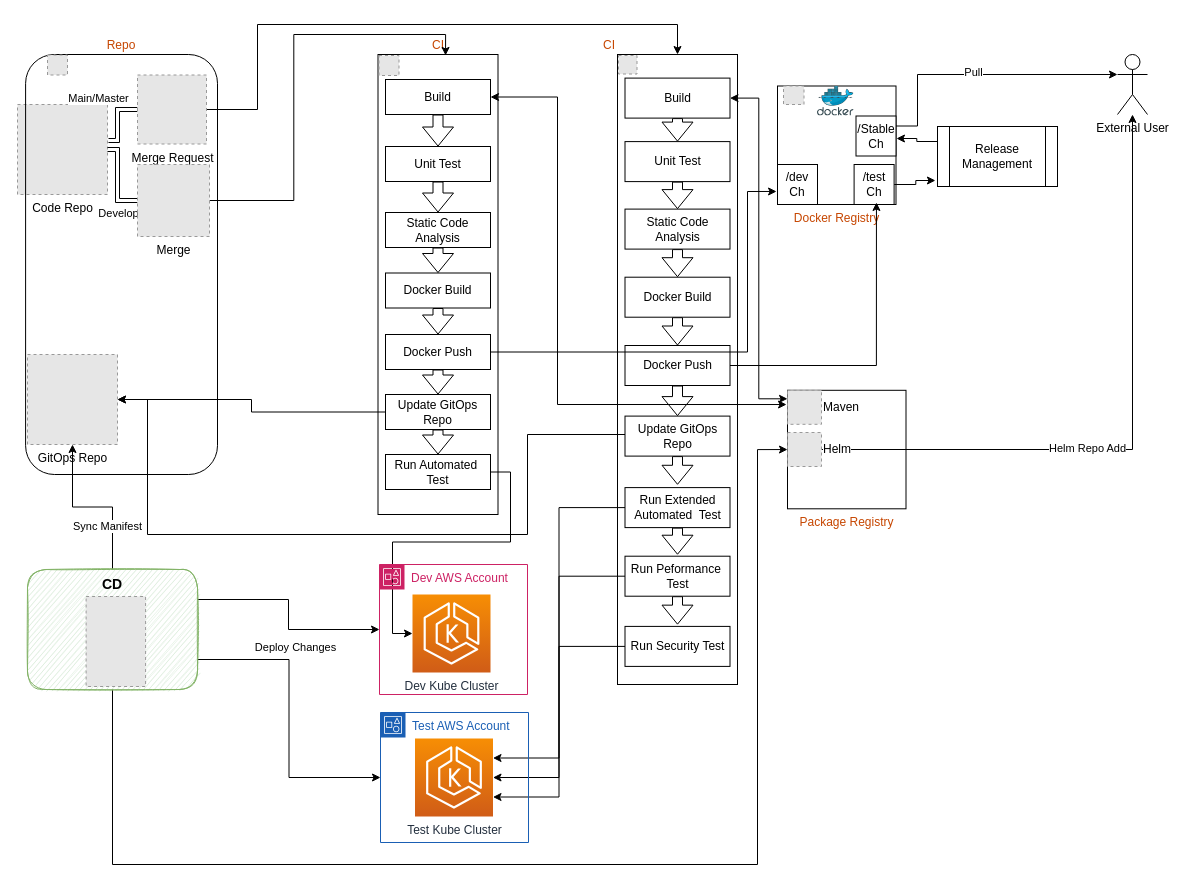
Earlier version of the draw.io diagram CICD Extended.drawio (RajithRajan/drawing). Source tidied: cells renumbered, new cells numbered last; positions are measured from the earlier drawing's top-left corner, leaving out a move shared by most shapes. Both pictures are drawn from the tidied source at 100%, with x=0, y=0 at pixel (17, 24). Pictures stored in the file or linked from it are replaced by grey dashed boxes.
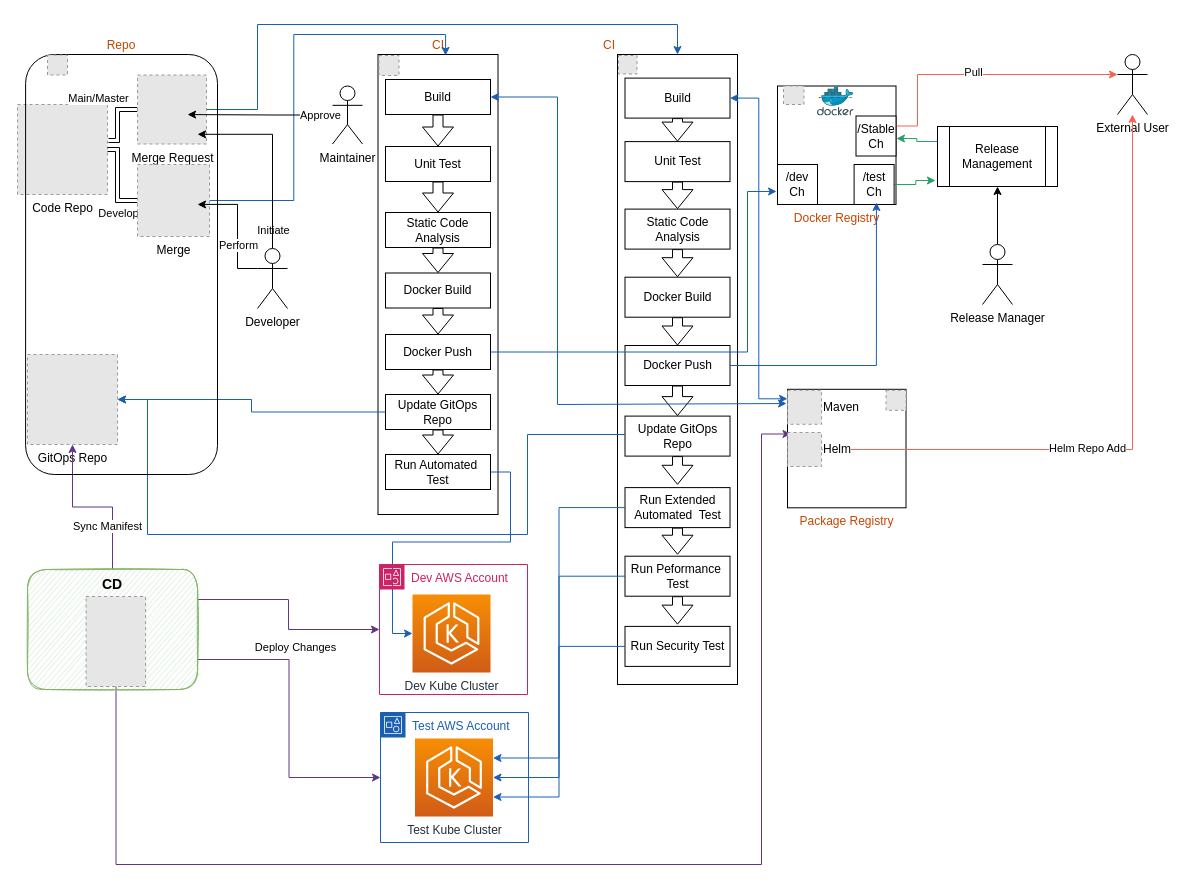
The same diagram, later.

The change refers to these unchanged cells:
```xml
<mxCell id="2" value="Docker Registry" style="whiteSpace=wrap;html=1;fillColor=none;horizontal=1;align=center;labelPosition=center;verticalLabelPosition=bottom;verticalAlign=top;fontColor=#c64600;" parent="1" vertex="1">
<mxCell id="5" value="&lt;font color=&quot;#c64600&quot;&gt;CI&lt;/font&gt;" style="rounded=0;whiteSpace=wrap;html=1;labelPosition=center;verticalLabelPosition=top;align=center;verticalAlign=bottom;" parent="4" vertex="1">
<mxCell id="7" value="Build" style="rounded=0;whiteSpace=wrap;html=1;" parent="4" vertex="1">
<mxCell id="15" value="Docker Push" style="rounded=0;whiteSpace=wrap;html=1;" parent="4" vertex="1">
<mxCell id="17" value="Update GitOps Repo" style="rounded=0;whiteSpace=wrap;html=1;" parent="4" vertex="1">
<mxCell id="18" value="Run Automated&amp;nbsp; Test" style="rounded=0;whiteSpace=wrap;html=1;" parent="4" vertex="1">
<mxCell id="21" value="CI" style="rounded=0;whiteSpace=wrap;html=1;labelPosition=left;verticalLabelPosition=top;align=right;verticalAlign=bottom;fontColor=#c64600;" parent="20" vertex="1">
<mxCell id="23" value="Build" style="rounded=0;whiteSpace=wrap;html=1;" parent="20" vertex="1">
<mxCell id="31" value="Docker Push" style="rounded=0;whiteSpace=wrap;html=1;" parent="20" vertex="1">
<mxCell id="33" value="Update GitOps Repo" style="rounded=0;whiteSpace=wrap;html=1;" parent="20" vertex="1">
<mxCell id="35" value="Run Extended Automated&amp;nbsp; Test" style="rounded=0;whiteSpace=wrap;html=1;" parent="20" vertex="1">
<mxCell id="37" value="Run Peformance&amp;nbsp; Test" style="rounded=0;whiteSpace=wrap;html=1;" parent="20" vertex="1">
<mxCell id="38" value="Run Security Test" style="rounded=0;whiteSpace=wrap;html=1;" parent="20" vertex="1">
<mxCell id="43" value="Merge Request" style="fillColor=#E6E6E6;strokeColor=#999999;dashed=1;html=1;verticalAlign=top;verticalLabelPosition=bottom;labelBackgroundColor=#ffffff;" parent="1" vertex="1">
<mxCell id="47" value="Merge" style="fillColor=#E6E6E6;strokeColor=#999999;dashed=1;html=1;verticalAlign=top;verticalLabelPosition=bottom;labelBackgroundColor=#ffffff;" parent="1" vertex="1">
<mxCell id="50" value="GitOps Repo" style="fillColor=#E6E6E6;strokeColor=#999999;dashed=1;html=1;verticalAlign=top;verticalLabelPosition=bottom;labelBackgroundColor=#ffffff;" parent="1" vertex="1">
<mxCell id="53" value="Dev Kube Cluster" style="sketch=0;points=[[0,0,0],[0.25,0,0],[0.5,0,0],[0.75,0,0],[1,0,0],[0,1,0],[0.25,1,0],[0.5,1,0],[0.75,1,0],[1,1,0],[0,0.25,0],[0,0.5,0],[0,0.75,0],[1,0.25,0],[1,0.5,0],[1,0.75,0]];outlineConnect=0;fontColor=#232F3E;gradientColor=#F78E04;gradientDirection=north;fillColor=#D05C17;strokeColor=#ffffff;dashed=0;verticalLabelPosition=bottom;verticalAlign=top;align=center;html=1;fontSize=12;fontStyle=0;shape=mxgraph.aws4.resourceIcon;resIcon=mxgraph.aws4.eks;" parent="1" vertex="1">
<mxCell id="54" value="Test Kube Cluster" style="sketch=0;points=[[0,0,0],[0.25,0,0],[0.5,0,0],[0.75,0,0],[1,0,0],[0,1,0],[0.25,1,0],[0.5,1,0],[0.75,1,0],[1,1,0],[0,0.25,0],[0,0.5,0],[0,0.75,0],[1,0.25,0],[1,0.5,0],[1,0.75,0]];outlineConnect=0;fontColor=#232F3E;gradientColor=#F78E04;gradientDirection=north;fillColor=#D05C17;strokeColor=#ffffff;dashed=0;verticalLabelPosition=bottom;verticalAlign=top;align=center;html=1;fontSize=12;fontStyle=0;shape=mxgraph.aws4.resourceIcon;resIcon=mxgraph.aws4.eks;" parent="1" vertex="1">
<mxCell id="61" value="/test&lt;br&gt;Ch" style="whiteSpace=wrap;html=1;" parent="1" vertex="1">
<mxCell id="64" value="/Stable&lt;br&gt;Ch" style="whiteSpace=wrap;html=1;" parent="1" vertex="1">
<mxCell id="68" value="Release Management" style="shape=process;whiteSpace=wrap;html=1;backgroundOutline=1;" parent="1" vertex="1">
<mxCell id="69" value="External User" style="shape=umlActor;verticalLabelPosition=bottom;verticalAlign=top;html=1;outlineConnect=0;" parent="1" vertex="1">
<mxCell id="70" value="&lt;div&gt;Dev AWS Account&lt;/div&gt;" style="points=[[0,0],[0.25,0],[0.5,0],[0.75,0],[1,0],[1,0.25],[1,0.5],[1,0.75],[1,1],[0.75,1],[0.5,1],[0.25,1],[0,1],[0,0.75],[0,0.5],[0,0.25]];outlineConnect=0;gradientColor=none;html=1;whiteSpace=wrap;fontSize=12;fontStyle=0;shape=mxgraph.aws4.group;grIcon=mxgraph.aws4.group_account;strokeColor=#CD2264;fillColor=none;verticalAlign=top;align=left;spacingLeft=30;fontColor=#CD2264;dashed=0;" parent="1" vertex="1">
<mxCell id="71" value="&lt;div&gt;Test AWS Account&lt;/div&gt;" style="points=[[0,0],[0.25,0],[0.5,0],[0.75,0],[1,0],[1,0.25],[1,0.5],[1,0.75],[1,1],[0.75,1],[0.5,1],[0.25,1],[0,1],[0,0.75],[0,0.5],[0,0.25]];outlineConnect=0;gradientColor=none;html=1;whiteSpace=wrap;fontSize=12;fontStyle=0;shape=mxgraph.aws4.group;grIcon=mxgraph.aws4.group_account;strokeColor=#1a5fb4;fillColor=none;verticalAlign=top;align=left;spacingLeft=30;fontColor=#1a5fb4;dashed=0;" parent="1" vertex="1">
<mxCell id="78" value="&lt;div style=&quot;&quot;&gt;&lt;span style=&quot;font-size: 14px;&quot;&gt;&lt;b&gt;CD&lt;/b&gt;&lt;/span&gt;&lt;/div&gt;" style="rounded=1;whiteSpace=wrap;html=1;fillColor=#d5e8d4;strokeColor=#82b366;sketch=1;align=center;verticalAlign=top;" parent="1" vertex="1">
<mxCell id="80" value="&lt;font color=&quot;#c64600&quot;&gt;Repo&lt;/font&gt;" style="rounded=1;whiteSpace=wrap;html=1;fillColor=none;labelPosition=center;verticalLabelPosition=top;align=center;verticalAlign=bottom;" parent="1" vertex="1">
<mxCell id="83" value="Maven" style="fillColor=#E6E6E6;strokeColor=#999999;dashed=1;html=1;verticalAlign=middle;verticalLabelPosition=middle;labelBackgroundColor=#ffffff;labelPosition=right;align=left;" parent="1" vertex="1">
<mxCell id="88" value="Helm" style="fillColor=#E6E6E6;strokeColor=#999999;dashed=1;html=1;verticalAlign=middle;verticalLabelPosition=middle;labelBackgroundColor=#ffffff;labelPosition=right;align=left;" parent="1" vertex="1">
```

The edit, as a diff of the source:
```diff
@@
-    <mxCell id="42" style="edgeStyle=orthogonalEdgeStyle;rounded=0;jettySize=auto;html=1;entryX=0.5;entryY=0;entryDx=0;entryDy=0;" parent="1" edge="1" source="43" target="21">
+    <mxCell id="42" style="edgeStyle=orthogonalEdgeStyle;rounded=0;jettySize=auto;html=1;entryX=0.5;entryY=0;entryDx=0;entryDy=0;strokeColor=#1a5fb4;" parent="1" edge="1" source="43" target="21">
       <mxGeometry relative="1" as="geometry">
         <Array as="points">
           <mxPoint x="240" y="85" />
           <mxPoint x="240" />
           <mxPoint x="660" />
         </Array>
       </mxGeometry>
     </mxCell>
@@
-    <mxCell id="46" style="edgeStyle=orthogonalEdgeStyle;rounded=0;jettySize=auto;html=1;exitX=1;exitY=0.5;exitDx=0;exitDy=0;entryX=0.563;entryY=0.002;entryDx=0;entryDy=0;entryPerimeter=0;" parent="1" edge="1" source="47" target="5">
+    <mxCell id="46" style="edgeStyle=orthogonalEdgeStyle;rounded=0;jettySize=auto;html=1;exitX=1;exitY=0.5;exitDx=0;exitDy=0;entryX=0.563;entryY=0.002;entryDx=0;entryDy=0;entryPerimeter=0;strokeColor=#1a5fb4;" parent="1" edge="1" source="47" target="5">
       <mxGeometry relative="1" as="geometry" />
     </mxCell>
@@
-    <mxCell id="51" style="edgeStyle=orthogonalEdgeStyle;rounded=0;jettySize=auto;html=1;exitX=0;exitY=0.5;exitDx=0;exitDy=0;" parent="1" edge="1" source="17" target="50">
+    <mxCell id="51" style="edgeStyle=orthogonalEdgeStyle;rounded=0;jettySize=auto;html=1;exitX=0;exitY=0.5;exitDx=0;exitDy=0;strokeColor=#1a5fb4;" parent="1" edge="1" source="17" target="50">
       <mxGeometry relative="1" as="geometry" />
     </mxCell>
-    <mxCell id="52" style="edgeStyle=orthogonalEdgeStyle;rounded=0;jettySize=auto;html=1;entryX=1;entryY=0.5;entryDx=0;entryDy=0;" parent="1" edge="1" source="33" target="50">
+    <mxCell id="52" style="edgeStyle=orthogonalEdgeStyle;rounded=0;jettySize=auto;html=1;entryX=1;entryY=0.5;entryDx=0;entryDy=0;strokeColor=#1a5fb4;" parent="1" edge="1" source="33" target="50">
       <mxGeometry relative="1" as="geometry">
         <Array as="points">
           <mxPoint x="510" y="410" />
           <mxPoint x="510" y="510" />
           <mxPoint x="130" y="510" />
           <mxPoint x="130" y="375" />
         </Array>
       </mxGeometry>
     </mxCell>
@@
-    <mxCell id="55" style="edgeStyle=orthogonalEdgeStyle;rounded=0;jettySize=auto;html=1;exitX=1;exitY=0.5;exitDx=0;exitDy=0;entryX=0;entryY=0.5;entryDx=0;entryDy=0;entryPerimeter=0;" parent="1" edge="1" source="18" target="53">
+    <mxCell id="55" style="edgeStyle=orthogonalEdgeStyle;rounded=0;jettySize=auto;html=1;exitX=1;exitY=0.5;exitDx=0;exitDy=0;entryX=0;entryY=0.5;entryDx=0;entryDy=0;entryPerimeter=0;strokeColor=#1a5fb4;" parent="1" edge="1" source="18" target="53">
       <mxGeometry relative="1" as="geometry" />
     </mxCell>
-    <mxCell id="56" style="edgeStyle=orthogonalEdgeStyle;rounded=0;jettySize=auto;html=1;entryX=1;entryY=0.25;entryDx=0;entryDy=0;entryPerimeter=0;" parent="1" edge="1" source="35" target="54">
+    <mxCell id="56" style="edgeStyle=orthogonalEdgeStyle;rounded=0;jettySize=auto;html=1;entryX=1;entryY=0.25;entryDx=0;entryDy=0;entryPerimeter=0;strokeColor=#1a5fb4;" parent="1" edge="1" source="35" target="54">
       <mxGeometry relative="1" as="geometry" />
     </mxCell>
-    <mxCell id="57" style="edgeStyle=orthogonalEdgeStyle;rounded=0;jettySize=auto;html=1;entryX=1;entryY=0.5;entryDx=0;entryDy=0;entryPerimeter=0;" parent="1" edge="1" source="37" target="54">
+    <mxCell id="57" style="edgeStyle=orthogonalEdgeStyle;rounded=0;jettySize=auto;html=1;entryX=1;entryY=0.5;entryDx=0;entryDy=0;entryPerimeter=0;strokeColor=#1a5fb4;" parent="1" edge="1" source="37" target="54">
       <mxGeometry relative="1" as="geometry" />
     </mxCell>
-    <mxCell id="58" style="edgeStyle=orthogonalEdgeStyle;rounded=0;jettySize=auto;html=1;exitX=0;exitY=0.5;exitDx=0;exitDy=0;entryX=1;entryY=0.75;entryDx=0;entryDy=0;entryPerimeter=0;" parent="1" edge="1" source="38" target="54">
+    <mxCell id="58" style="edgeStyle=orthogonalEdgeStyle;rounded=0;jettySize=auto;html=1;exitX=0;exitY=0.5;exitDx=0;exitDy=0;entryX=1;entryY=0.75;entryDx=0;entryDy=0;entryPerimeter=0;strokeColor=#1a5fb4;" parent="1" edge="1" source="38" target="54">
       <mxGeometry relative="1" as="geometry" />
     </mxCell>
@@
-    <mxCell id="60" style="edgeStyle=orthogonalEdgeStyle;rounded=0;jettySize=auto;html=1;exitX=1;exitY=0.5;exitDx=0;exitDy=0;entryX=-0.017;entryY=0.9;entryDx=0;entryDy=0;entryPerimeter=0;" parent="1" edge="1" source="61" target="68">
+    <mxCell id="60" style="edgeStyle=orthogonalEdgeStyle;rounded=0;jettySize=auto;html=1;exitX=1;exitY=0.5;exitDx=0;exitDy=0;entryX=-0.017;entryY=0.9;entryDx=0;entryDy=0;entryPerimeter=0;strokeColor=#26a269;" parent="1" edge="1" source="61" target="68">
       <mxGeometry relative="1" as="geometry" />
     </mxCell>
@@
-    <mxCell id="62" style="edgeStyle=orthogonalEdgeStyle;rounded=0;jettySize=auto;html=1;exitX=1;exitY=0.25;exitDx=0;exitDy=0;entryX=0;entryY=0.3333333333333333;entryDx=0;entryDy=0;entryPerimeter=0;" parent="1" edge="1" source="64" target="69">
+    <mxCell id="62" style="edgeStyle=orthogonalEdgeStyle;rounded=0;jettySize=auto;html=1;exitX=1;exitY=0.25;exitDx=0;exitDy=0;entryX=0;entryY=0.3333333333333333;entryDx=0;entryDy=0;entryPerimeter=0;strokeColor=#f66151;" parent="1" edge="1" source="64" target="69">
       <mxGeometry relative="1" as="geometry">
         <Array as="points">
           <mxPoint x="900" y="102" />
           <mxPoint x="900" y="50" />
         </Array>
       </mxGeometry>
     </mxCell>
@@
-    <mxCell id="65" style="edgeStyle=orthogonalEdgeStyle;rounded=0;jettySize=auto;html=1;exitX=1;exitY=0.5;exitDx=0;exitDy=0;entryX=-0.008;entryY=0.89;entryDx=0;entryDy=0;entryPerimeter=0;" parent="1" edge="1" source="15" target="2">
+    <mxCell id="65" style="edgeStyle=orthogonalEdgeStyle;rounded=0;jettySize=auto;html=1;exitX=1;exitY=0.5;exitDx=0;exitDy=0;entryX=-0.008;entryY=0.89;entryDx=0;entryDy=0;entryPerimeter=0;strokeColor=#1a5fb4;" parent="1" edge="1" source="15" target="2">
       <mxGeometry relative="1" as="geometry">
         <Array as="points">
           <mxPoint x="730" y="328" />
           <mxPoint x="730" y="167" />
         </Array>
       </mxGeometry>
     </mxCell>
-    <mxCell id="66" style="edgeStyle=orthogonalEdgeStyle;rounded=0;jettySize=auto;html=1;exitX=1;exitY=0.5;exitDx=0;exitDy=0;entryX=0.835;entryY=0.983;entryDx=0;entryDy=0;entryPerimeter=0;" parent="1" edge="1" source="31" target="2">
+    <mxCell id="66" style="edgeStyle=orthogonalEdgeStyle;rounded=0;jettySize=auto;html=1;exitX=1;exitY=0.5;exitDx=0;exitDy=0;entryX=0.835;entryY=0.983;entryDx=0;entryDy=0;entryPerimeter=0;strokeColor=#1a5fb4;" parent="1" edge="1" source="31" target="2">
       <mxGeometry relative="1" as="geometry" />
     </mxCell>
-    <mxCell id="67" style="edgeStyle=orthogonalEdgeStyle;rounded=0;jettySize=auto;html=1;exitX=0;exitY=0.25;exitDx=0;exitDy=0;entryX=1.004;entryY=0.443;entryDx=0;entryDy=0;entryPerimeter=0;" parent="1" edge="1" source="68" target="2">
+    <mxCell id="67" style="edgeStyle=orthogonalEdgeStyle;rounded=0;jettySize=auto;html=1;exitX=0;exitY=0.25;exitDx=0;exitDy=0;entryX=1.004;entryY=0.443;entryDx=0;entryDy=0;entryPerimeter=0;strokeColor=#26a269;" parent="1" edge="1" source="68" target="2">
       <mxGeometry relative="1" as="geometry" />
     </mxCell>
@@
-    <mxCell id="72" style="edgeStyle=orthogonalEdgeStyle;rounded=0;jettySize=auto;html=1;entryX=0.5;entryY=1;entryDx=0;entryDy=0;" parent="1" edge="1" source="78" target="50">
+    <mxCell id="72" style="edgeStyle=orthogonalEdgeStyle;rounded=0;jettySize=auto;html=1;entryX=0.5;entryY=1;entryDx=0;entryDy=0;strokeColor=#613583;" parent="1" edge="1" source="78" target="50">
       <mxGeometry relative="1" as="geometry" />
     </mxCell>
@@
-    <mxCell id="74" style="edgeStyle=orthogonalEdgeStyle;rounded=0;jettySize=auto;html=1;exitX=1;exitY=0.25;exitDx=0;exitDy=0;" parent="1" edge="1" source="78" target="70">
+    <mxCell id="74" style="edgeStyle=orthogonalEdgeStyle;rounded=0;jettySize=auto;html=1;exitX=1;exitY=0.25;exitDx=0;exitDy=0;strokeColor=#613583;" parent="1" edge="1" source="78" target="70">
       <mxGeometry relative="1" as="geometry" />
     </mxCell>
@@
-    <mxCell id="76" style="edgeStyle=orthogonalEdgeStyle;rounded=0;jettySize=auto;html=1;exitX=1;exitY=0.75;exitDx=0;exitDy=0;entryX=0;entryY=0.5;entryDx=0;entryDy=0;" parent="1" edge="1" source="78" target="71">
+    <mxCell id="76" style="edgeStyle=orthogonalEdgeStyle;rounded=0;jettySize=auto;html=1;exitX=1;exitY=0.75;exitDx=0;exitDy=0;entryX=0;entryY=0.5;entryDx=0;entryDy=0;strokeColor=#613583;" parent="1" edge="1" source="78" target="71">
       <mxGeometry relative="1" as="geometry" />
     </mxCell>
-    <mxCell id="77" style="edgeStyle=orthogonalEdgeStyle;rounded=0;jettySize=auto;html=1;exitX=0.5;exitY=1;exitDx=0;exitDy=0;entryX=0;entryY=0.5;entryDx=0;entryDy=0;" parent="1" edge="1" source="78" target="82">
+    <mxCell id="77" style="edgeStyle=orthogonalEdgeStyle;rounded=0;orthogonalLoop=1;jettySize=auto;html=1;exitX=0.5;exitY=1;exitDx=0;exitDy=0;entryX=0;entryY=0.5;entryDx=0;entryDy=0;strokeColor=#613583;" parent="1" edge="1">
       <mxGeometry relative="1" as="geometry">
+        <mxPoint x="98.5" y="649.5" as="sourcePoint" />
+        <mxPoint x="773.5" y="409.5" as="targetPoint" />
         <Array as="points">
-          <mxPoint x="95" y="840" />
-          <mxPoint x="740" y="840" />
-          <mxPoint x="740" y="425" />
+          <mxPoint x="99" y="840" />
+          <mxPoint x="744" y="840" />
+          <mxPoint x="744" y="410" />
         </Array>
       </mxGeometry>
     </mxCell>
@@
     <mxCell id="82" value="Package Registry" style="whiteSpace=wrap;html=1;fillColor=none;horizontal=1;align=center;labelPosition=center;verticalLabelPosition=bottom;verticalAlign=top;fontColor=#c64600;" parent="1" vertex="1">
-      <mxGeometry x="770" y="365.8" width="118.5" height="118.5" as="geometry" />
+      <mxGeometry x="770" y="364.8" width="118.5" height="118.5" as="geometry" />
     </mxCell>
@@
-    <mxCell id="84" style="edgeStyle=orthogonalEdgeStyle;rounded=0;jettySize=auto;html=1;exitX=1;exitY=0.5;exitDx=0;exitDy=0;entryX=-0.008;entryY=0.12;entryDx=0;entryDy=0;entryPerimeter=0;startArrow=classic;startFill=1;" parent="1" edge="1" source="7" target="82">
+    <mxCell id="84" style="edgeStyle=orthogonalEdgeStyle;rounded=0;jettySize=auto;html=1;exitX=1;exitY=0.5;exitDx=0;exitDy=0;entryX=-0.008;entryY=0.12;entryDx=0;entryDy=0;entryPerimeter=0;startArrow=classic;startFill=1;strokeColor=#1a5fb4;" parent="1" edge="1" source="7" target="82">
       <mxGeometry relative="1" as="geometry">
         <Array as="points">
           <mxPoint x="540" y="73" />
           <mxPoint x="540" y="380" />
         </Array>
       </mxGeometry>
     </mxCell>
-    <mxCell id="85" style="edgeStyle=orthogonalEdgeStyle;rounded=0;jettySize=auto;html=1;exitX=1;exitY=0.5;exitDx=0;exitDy=0;entryX=0;entryY=0.25;entryDx=0;entryDy=0;startArrow=classic;startFill=1;" parent="1" edge="1" source="23" target="83">
+    <mxCell id="85" style="edgeStyle=orthogonalEdgeStyle;rounded=0;jettySize=auto;html=1;exitX=1;exitY=0.5;exitDx=0;exitDy=0;entryX=0;entryY=0.25;entryDx=0;entryDy=0;startArrow=classic;startFill=1;strokeColor=#1a5fb4;" parent="1" edge="1" source="23" target="83">
       <mxGeometry relative="1" as="geometry" />
     </mxCell>
-    <mxCell id="86" style="edgeStyle=orthogonalEdgeStyle;rounded=0;jettySize=auto;html=1;exitX=1;exitY=0.5;exitDx=0;exitDy=0;" parent="1" edge="1" source="88" target="69">
+    <mxCell id="86" style="edgeStyle=orthogonalEdgeStyle;rounded=0;jettySize=auto;html=1;exitX=1;exitY=0.5;exitDx=0;exitDy=0;strokeColor=#f66151;" parent="1" edge="1" source="88" target="69">
       <mxGeometry relative="1" as="geometry" />
     </mxCell>
@@
+    <mxCell id="89" style="fillColor=#E6E6E6;strokeColor=#999999;dashed=1;html=1;verticalAlign=top;verticalLabelPosition=bottom;labelBackgroundColor=#ffffff;" parent="1" vertex="1">
+      <mxGeometry x="868.5" y="365.8" width="20" height="20" as="geometry" />
+    </mxCell>
+    <mxCell id="90" style="edgeStyle=orthogonalEdgeStyle;rounded=0;jettySize=auto;html=1;entryX=0.5;entryY=1;entryDx=0;entryDy=0;" parent="1" edge="1" source="91" target="68">
+      <mxGeometry relative="1" as="geometry" />
+    </mxCell>
+    <mxCell id="91" value="Release Manager" style="shape=umlActor;verticalLabelPosition=bottom;verticalAlign=top;html=1;" parent="1" vertex="1">
+      <mxGeometry x="965" y="220" width="30" height="60" as="geometry" />
+    </mxCell>
+    <mxCell id="92" style="edgeStyle=orthogonalEdgeStyle;rounded=0;jettySize=auto;html=1;exitX=0;exitY=0.3333333333333333;exitDx=0;exitDy=0;exitPerimeter=0;entryX=0.896;entryY=0.357;entryDx=0;entryDy=0;entryPerimeter=0;" parent="1" edge="1" source="96" target="80">
+      <mxGeometry relative="1" as="geometry" />
+    </mxCell>
+    <mxCell id="93" value="Initiate" style="edgeLabel;html=1;align=center;verticalAlign=middle;" parent="92" vertex="1">
+      <mxGeometry x="-0.08" relative="1" as="geometry">
+        <mxPoint x="35" y="-2" as="offset" />
+      </mxGeometry>
+    </mxCell>
+    <mxCell id="94" value="Perform" style="edgeLabel;html=1;align=center;verticalAlign=middle;" parent="92" vertex="1">
+      <mxGeometry x="-0.29" y="3" relative="1" as="geometry">
+        <mxPoint x="3" as="offset" />
+      </mxGeometry>
+    </mxCell>
+    <mxCell id="95" style="edgeStyle=orthogonalEdgeStyle;rounded=0;jettySize=auto;html=1;exitX=0.5;exitY=0;exitDx=0;exitDy=0;exitPerimeter=0;entryX=0.896;entryY=0.19;entryDx=0;entryDy=0;entryPerimeter=0;" parent="1" edge="1" source="96" target="80">
+      <mxGeometry relative="1" as="geometry" />
+    </mxCell>
+    <mxCell id="96" value="Developer" style="shape=umlActor;verticalLabelPosition=bottom;verticalAlign=top;html=1;" parent="1" vertex="1">
+      <mxGeometry x="240" y="224" width="30" height="60" as="geometry" />
+    </mxCell>
+    <mxCell id="97" style="edgeStyle=orthogonalEdgeStyle;rounded=0;jettySize=auto;html=1;entryX=0.844;entryY=0.143;entryDx=0;entryDy=0;entryPerimeter=0;" parent="1" edge="1" source="99" target="80">
+      <mxGeometry relative="1" as="geometry" />
+    </mxCell>
+    <mxCell id="98" value="Approve" style="edgeLabel;html=1;align=center;verticalAlign=middle;" parent="97" vertex="1">
+      <mxGeometry x="-0.77" relative="1" as="geometry">
+        <mxPoint x="4" as="offset" />
+      </mxGeometry>
+    </mxCell>
+    <mxCell id="99" value="&lt;div&gt;Maintainer&lt;/div&gt;" style="shape=umlActor;verticalLabelPosition=bottom;verticalAlign=top;html=1;" parent="1" vertex="1">
+      <mxGeometry x="315" y="61.5" width="30" height="58" as="geometry" />
+    </mxCell>
```
